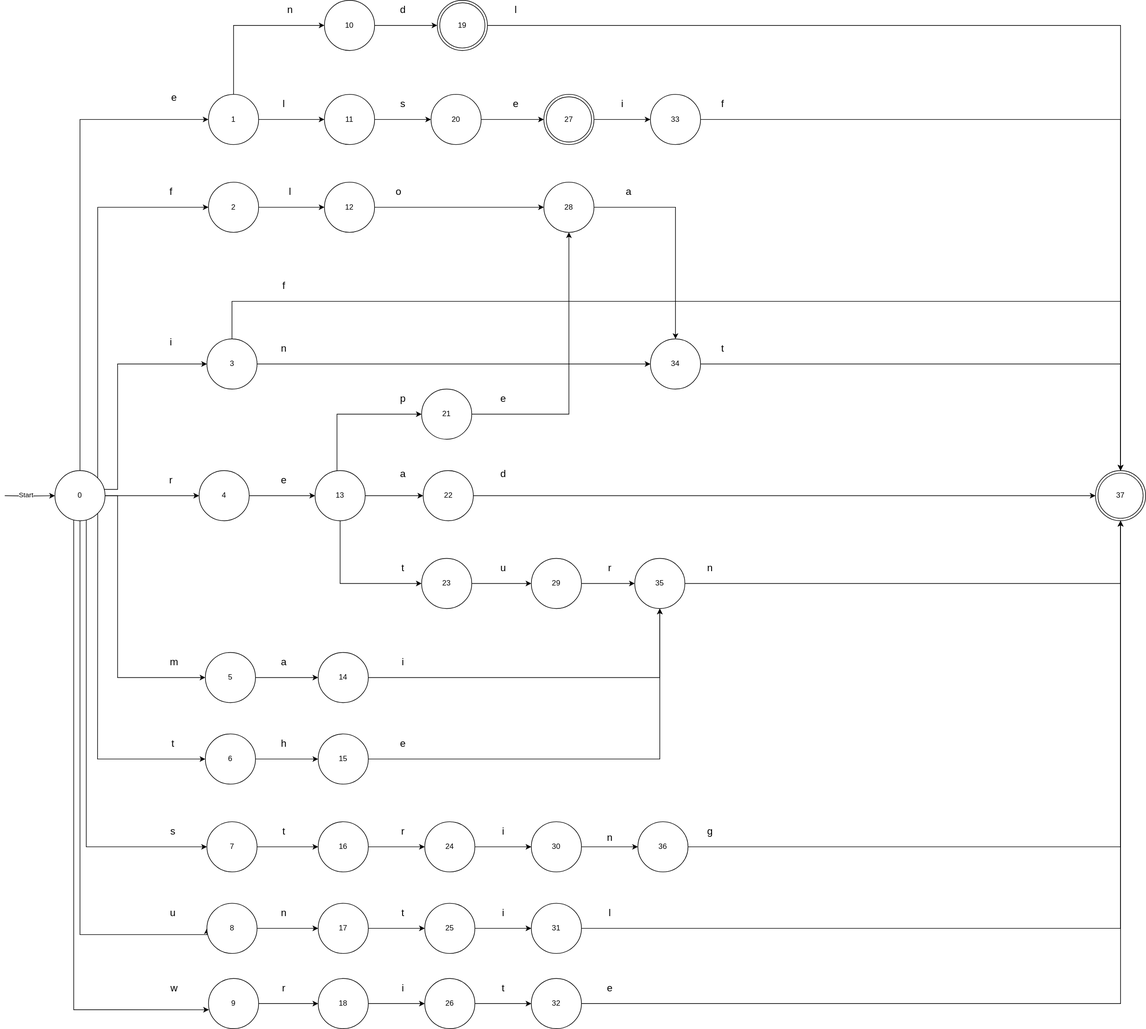
The draw.io diagram docs/DFA/reserved-keywords-dfa.svg in Dimitry-bit/tiny-compiler, before a commit. Source tidied: cells renumbered, new cells last; positions are measured from the earlier drawing's top-left corner, leaving out a move shared by most shapes.
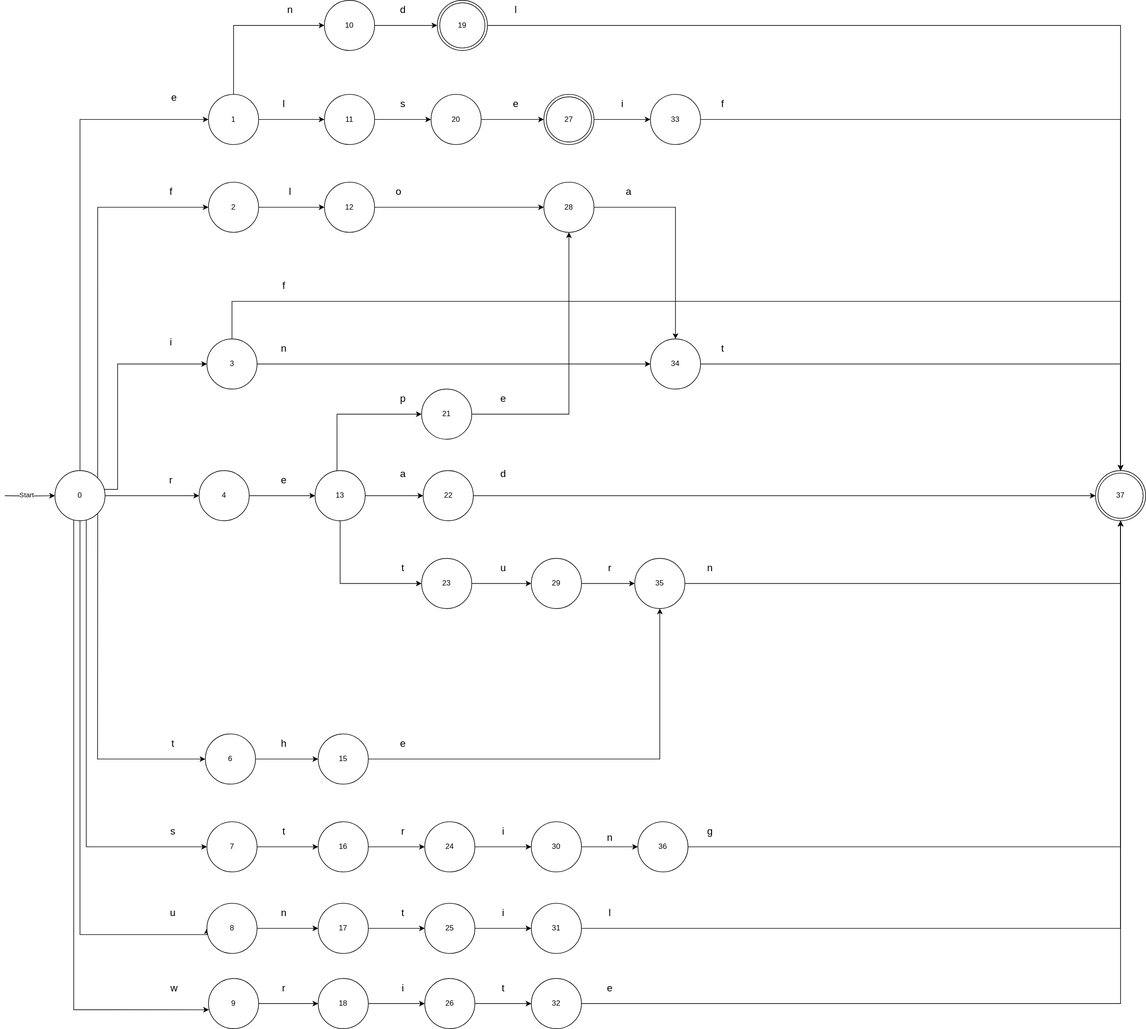
The same file after the commit.

Commit message:
reserved keywords edited

Diff of the diagram source:
```diff
@@ -29,14 +29,6 @@
         </Array>
       </mxGeometry>
     </mxCell>
-    <mxCell id="7" style="edgeStyle=orthogonalEdgeStyle;rounded=0;jettySize=auto;html=1;exitX=1;exitY=0.5;exitDx=0;exitDy=0;entryX=0;entryY=0.5;entryDx=0;entryDy=0;" parent="1" edge="1" source="12" target="19">
-      <mxGeometry relative="1" as="geometry">
-        <Array as="points">
-          <mxPoint x="180" y="790" />
-          <mxPoint x="180" y="1080" />
-        </Array>
-      </mxGeometry>
-    </mxCell>
     <mxCell id="8" style="edgeStyle=orthogonalEdgeStyle;rounded=0;jettySize=auto;html=1;entryX=0;entryY=0.5;entryDx=0;entryDy=0;" parent="1" edge="1" source="12" target="27">
       <mxGeometry relative="1" as="geometry" />
     </mxCell>
@@ -86,21 +78,12 @@
     <mxCell id="17" value="3" style="ellipse;whiteSpace=wrap;html=1;" parent="1" vertex="1">
       <mxGeometry x="322.5" y="540" width="80" height="80" as="geometry" />
     </mxCell>
-    <mxCell id="18" style="edgeStyle=orthogonalEdgeStyle;rounded=0;jettySize=auto;html=1;exitX=1;exitY=0.5;exitDx=0;exitDy=0;entryX=0;entryY=0.5;entryDx=0;entryDy=0;" parent="1" edge="1" source="19" target="63">
-      <mxGeometry relative="1" as="geometry" />
-    </mxCell>
-    <mxCell id="19" value="5" style="ellipse;whiteSpace=wrap;html=1;" parent="1" vertex="1">
-      <mxGeometry x="320" y="1040" width="80" height="80" as="geometry" />
-    </mxCell>
     <mxCell id="20" value="f" style="text;html=1;align=center;verticalAlign=middle;strokeColor=none;fillColor=none;fontSize=16;" parent="1" vertex="1">
       <mxGeometry x="250" y="290" width="30" height="30" as="geometry" />
     </mxCell>
     <mxCell id="21" value="i" style="text;html=1;align=center;verticalAlign=middle;strokeColor=none;fillColor=none;fontSize=16;" parent="1" vertex="1">
       <mxGeometry x="250" y="530" width="30" height="30" as="geometry" />
     </mxCell>
-    <mxCell id="22" value="m" style="text;html=1;align=center;verticalAlign=middle;strokeColor=none;fillColor=none;fontSize=16;" parent="1" vertex="1">
-      <mxGeometry x="250" y="1040" width="40" height="30" as="geometry" />
-    </mxCell>
     <mxCell id="23" style="edgeStyle=orthogonalEdgeStyle;rounded=0;jettySize=auto;html=1;exitX=1;exitY=0.5;exitDx=0;exitDy=0;" parent="1" edge="1" source="25" target="31">
       <mxGeometry relative="1" as="geometry" />
     </mxCell>
@@ -218,18 +201,6 @@
     <mxCell id="61" value="f" style="text;html=1;align=center;verticalAlign=middle;strokeColor=none;fillColor=none;fontSize=16;" parent="1" vertex="1">
       <mxGeometry x="430" y="440" width="30" height="30" as="geometry" />
     </mxCell>
-    <mxCell id="62" style="edgeStyle=orthogonalEdgeStyle;rounded=0;jettySize=auto;html=1;exitX=1;exitY=0.5;exitDx=0;exitDy=0;" parent="1" edge="1" source="63" target="80">
-      <mxGeometry relative="1" as="geometry" />
-    </mxCell>
-    <mxCell id="63" value="14" style="ellipse;whiteSpace=wrap;html=1;" parent="1" vertex="1">
-      <mxGeometry x="500" y="1040" width="80" height="80" as="geometry" />
-    </mxCell>
-    <mxCell id="64" value="a" style="text;html=1;align=center;verticalAlign=middle;strokeColor=none;fillColor=none;fontSize=16;" parent="1" vertex="1">
-      <mxGeometry x="430" y="1040" width="30" height="30" as="geometry" />
-    </mxCell>
-    <mxCell id="65" value="i" style="text;html=1;align=center;verticalAlign=middle;strokeColor=none;fillColor=none;fontSize=16;" parent="1" vertex="1">
-      <mxGeometry x="620" y="1040" width="30" height="30" as="geometry" />
-    </mxCell>
     <mxCell id="66" style="edgeStyle=orthogonalEdgeStyle;rounded=0;jettySize=auto;html=1;exitX=1;exitY=0.5;exitDx=0;exitDy=0;entryX=0;entryY=0.5;entryDx=0;entryDy=0;" parent="1" edge="1" source="69" target="71">
       <mxGeometry relative="1" as="geometry">
         <Array as="points">
```
